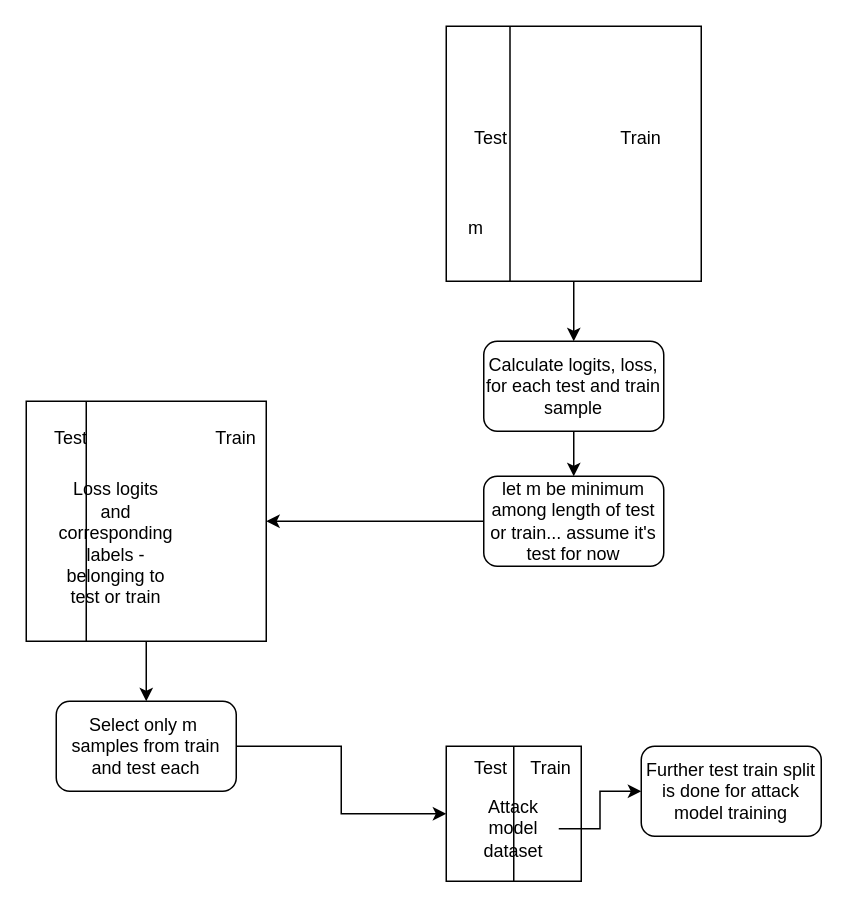
This is Tensorflow_privacy_test_train_data_flow.drawio from AtharvaNijasure/DS696_ML_Privacy, a draw.io file, before an edit. Source tidied: cells renumbered, new cells numbered last; positions are measured from the earlier drawing's top-left corner, leaving out a move shared by most shapes. Both pictures are drawn from the tidied source at 150%, with x=0, y=0 at pixel (26, 26).
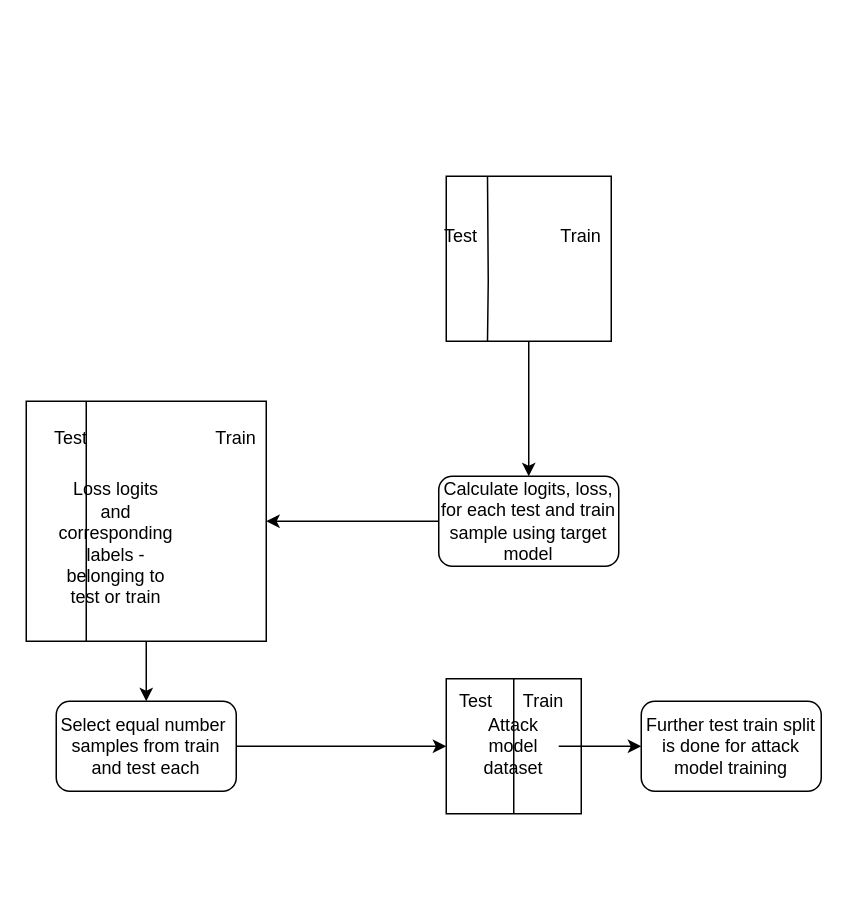
The same diagram, later.

The change refers to these unchanged cells:
```xml
<mxCell id="13" style="whiteSpace=wrap;html=1;" parent="1" vertex="1">
  <mxGeometry y="250" width="160" height="160" as="geometry" />
</mxCell>
```

Change to the diagram source:
```diff
@@
     <mxCell id="3" style="whiteSpace=wrap;html=1;" parent="1" vertex="1">
-      <mxGeometry x="280" width="170" height="170" as="geometry" />
+      <mxGeometry x="280" y="100" width="110" height="110" as="geometry" />
     </mxCell>
     <mxCell id="4" style="endArrow=none;html=1;rounded=0;exitX=0.25;exitY=1;exitDx=0;exitDy=0;entryX=0.25;entryY=0;entryDx=0;entryDy=0;" parent="1" edge="1" source="3" target="3">
-      <mxGeometry relative="1" as="geometry" />
+      <mxGeometry relative="1" as="geometry">
+        <Array as="points">
+          <mxPoint x="308" y="170" />
+        </Array>
+      </mxGeometry>
     </mxCell>
     <mxCell id="5" value="Test" style="text;html=1;strokeColor=none;fillColor=none;align=center;verticalAlign=middle;whiteSpace=wrap;rounded=0;" parent="1" vertex="1">
-      <mxGeometry x="280" y="60" width="60" height="30" as="geometry" />
+      <mxGeometry x="260" y="125" width="60" height="30" as="geometry" />
     </mxCell>
     <mxCell id="6" value="Train" style="text;html=1;strokeColor=none;fillColor=none;align=center;verticalAlign=middle;whiteSpace=wrap;rounded=0;" parent="1" vertex="1">
-      <mxGeometry x="380" y="60" width="60" height="30" as="geometry" />
+      <mxGeometry x="340" y="125" width="60" height="30" as="geometry" />
     </mxCell>
@@
-    <mxCell id="8" style="edgeStyle=orthogonalEdgeStyle;rounded=0;jettySize=auto;html=1;" parent="1" edge="1" source="9" target="11">
-      <mxGeometry relative="1" as="geometry" />
+    <mxCell id="8" style="edgeStyle=orthogonalEdgeStyle;rounded=0;jettySize=auto;html=1;entryX=1;entryY=0.5;entryDx=0;entryDy=0;" parent="1" edge="1" source="9" target="13">
+      <mxGeometry relative="1" as="geometry">
+        <Array as="points">
+          <mxPoint x="350" y="330" />
+        </Array>
+      </mxGeometry>
     </mxCell>
-    <mxCell id="9" value="Calculate logits, loss, for each test and train sample" style="rounded=1;whiteSpace=wrap;html=1;" parent="1" vertex="1">
-      <mxGeometry x="305" y="210" width="120" height="60" as="geometry" />
+    <mxCell id="9" value="Calculate logits, loss, for each test and train sample using target model" style="rounded=1;whiteSpace=wrap;html=1;" parent="1" vertex="1">
+      <mxGeometry x="275" y="300" width="120" height="60" as="geometry" />
     </mxCell>
-    <mxCell id="10" style="edgeStyle=orthogonalEdgeStyle;rounded=0;jettySize=auto;html=1;exitX=0;exitY=0.5;exitDx=0;exitDy=0;entryX=1;entryY=0.5;entryDx=0;entryDy=0;" parent="1" edge="1" source="11" target="13">
-      <mxGeometry relative="1" as="geometry" />
-    </mxCell>
-    <mxCell id="11" value="let m be minimum among length of test or train... assume it's test for now" style="whiteSpace=wrap;html=1;rounded=1;" parent="1" vertex="1">
-      <mxGeometry x="305" y="300" width="120" height="60" as="geometry" />
-    </mxCell>
@@
-    <mxCell id="15" value="m" style="text;html=1;strokeColor=none;fillColor=none;align=center;verticalAlign=middle;whiteSpace=wrap;rounded=0;" parent="1" vertex="1">
-      <mxGeometry x="270" y="120" width="60" height="30" as="geometry" />
-    </mxCell>
@@
-    <mxCell id="20" value="Select only m&amp;nbsp; samples from train and test each" style="rounded=1;whiteSpace=wrap;html=1;" parent="1" vertex="1">
+    <mxCell id="20" value="Select equal number&amp;nbsp; samples from train and test each" style="rounded=1;whiteSpace=wrap;html=1;" parent="1" vertex="1">
       <mxGeometry x="20" y="450" width="120" height="60" as="geometry" />
     </mxCell>
     <mxCell id="21" style="whiteSpace=wrap;html=1;" parent="1" vertex="1">
-      <mxGeometry x="280" y="480" width="90" height="90" as="geometry" />
+      <mxGeometry x="280" y="435" width="90" height="90" as="geometry" />
     </mxCell>
@@
     <mxCell id="23" value="Test" style="text;html=1;strokeColor=none;fillColor=none;align=center;verticalAlign=middle;whiteSpace=wrap;rounded=0;" parent="1" vertex="1">
-      <mxGeometry x="280" y="480" width="60" height="30" as="geometry" />
+      <mxGeometry x="270" y="435" width="60" height="30" as="geometry" />
     </mxCell>
     <mxCell id="24" value="Train" style="text;html=1;strokeColor=none;fillColor=none;align=center;verticalAlign=middle;whiteSpace=wrap;rounded=0;" parent="1" vertex="1">
-      <mxGeometry x="320" y="480" width="60" height="30" as="geometry" />
+      <mxGeometry x="315" y="435" width="60" height="30" as="geometry" />
     </mxCell>
-    <mxCell id="25" style="endArrow=none;html=1;rounded=0;entryX=0.5;entryY=0;entryDx=0;entryDy=0;" parent="1" edge="1" target="27">
-      <mxGeometry relative="1" as="geometry">
-        <mxPoint x="325" y="570" as="sourcePoint" />
-      </mxGeometry>
+    <mxCell id="25" style="endArrow=none;html=1;rounded=0;entryX=0.5;entryY=0;entryDx=0;entryDy=0;exitX=0.5;exitY=1;exitDx=0;exitDy=0;" parent="1" edge="1" source="21" target="27">
+      <mxGeometry relative="1" as="geometry" />
     </mxCell>
@@
     <mxCell id="27" value="Attack model dataset" style="text;html=1;strokeColor=none;fillColor=none;align=center;verticalAlign=middle;whiteSpace=wrap;rounded=0;" parent="1" vertex="1">
-      <mxGeometry x="295" y="520" width="60" height="30" as="geometry" />
+      <mxGeometry x="295" y="465" width="60" height="30" as="geometry" />
     </mxCell>
     <mxCell id="28" value="Further test train split is done for attack model training" style="rounded=1;whiteSpace=wrap;html=1;" parent="1" vertex="1">
-      <mxGeometry x="410" y="480" width="120" height="60" as="geometry" />
+      <mxGeometry x="410" y="450" width="120" height="60" as="geometry" />
     </mxCell>
```
